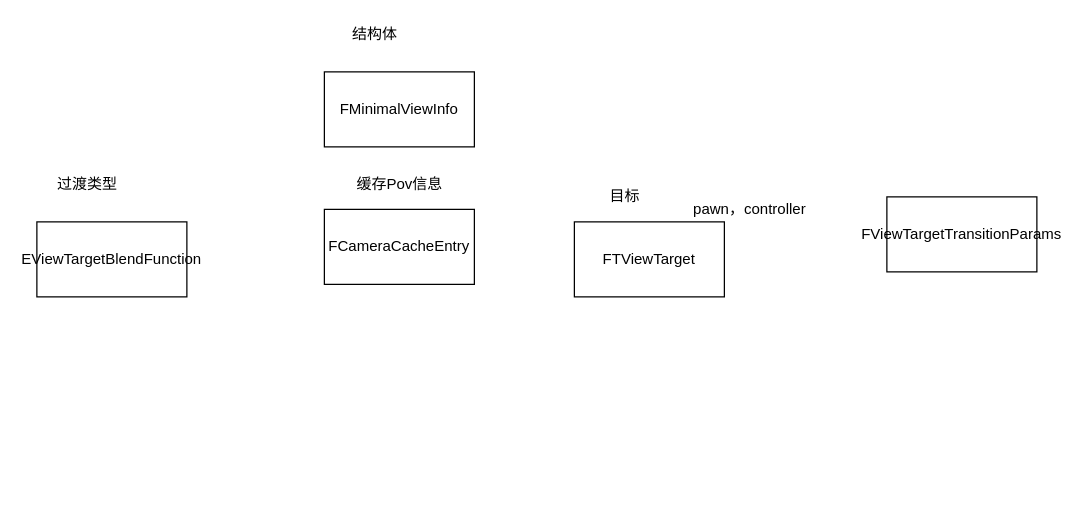
Above: page "摄像机" (5 of 5) of ALS.drawio in 1995zmj/ZMJ (draw.io), before the change. Source tidied: cells renumbered, new cells numbered last; positions are measured from the earlier drawing's top-left corner, leaving out a move shared by most shapes. Both pictures are drawn from the tidied source at 125%, with x=0, y=0 at pixel (36, 21).
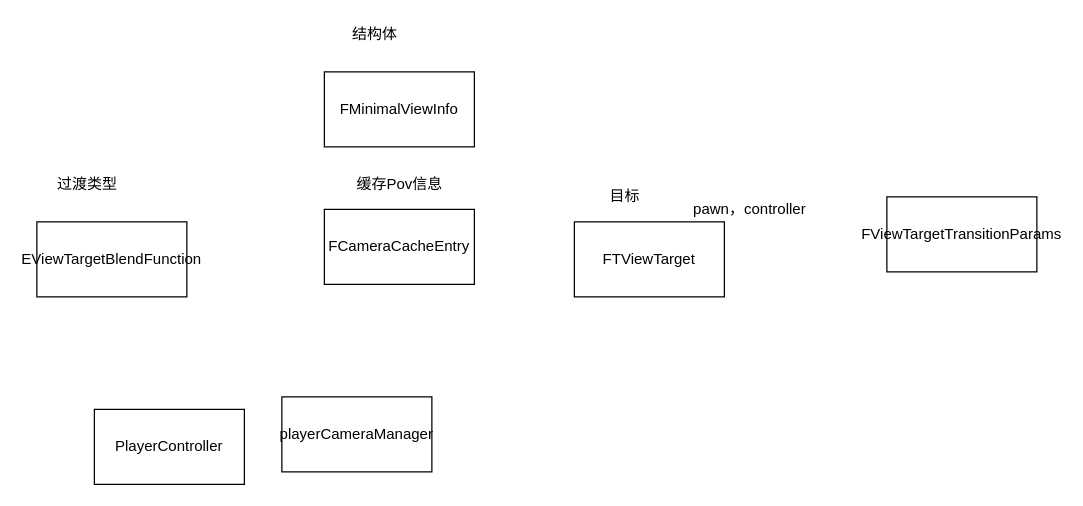
After the change.

Diff of the diagram source:
```diff
@@
 <mxGraphModel>
   <root>
     <mxCell id="0" />
     <mxCell id="1" parent="0" />
     <mxCell id="2" value="EViewTargetBlendFunction" style="whiteSpace=wrap;html=1;" parent="1" vertex="1">
       <mxGeometry y="160" width="120" height="60" as="geometry" />
     </mxCell>
     <mxCell id="3" value="过渡类型" style="text;html=1;align=center;verticalAlign=middle;strokeColor=none;fillColor=none;" parent="1" vertex="1">
       <mxGeometry x="10" y="120" width="60" height="20" as="geometry" />
     </mxCell>
     <mxCell id="4" value="FCameraCacheEntry" style="whiteSpace=wrap;html=1;" parent="1" vertex="1">
       <mxGeometry x="230" y="150" width="120" height="60" as="geometry" />
     </mxCell>
     <mxCell id="5" value="缓存Pov信息" style="text;html=1;align=center;verticalAlign=middle;strokeColor=none;fillColor=none;" parent="1" vertex="1">
       <mxGeometry x="250" y="120" width="80" height="20" as="geometry" />
     </mxCell>
     <mxCell id="6" value="FMinimalViewInfo" style="whiteSpace=wrap;html=1;" parent="1" vertex="1">
       <mxGeometry x="230" y="40" width="120" height="60" as="geometry" />
     </mxCell>
     <mxCell id="7" value="结构体" style="text;html=1;align=center;verticalAlign=middle;strokeColor=none;fillColor=none;" parent="1" vertex="1">
       <mxGeometry x="245" width="50" height="20" as="geometry" />
     </mxCell>
     <mxCell id="8" value="FTViewTarget" style="whiteSpace=wrap;html=1;" parent="1" vertex="1">
       <mxGeometry x="430" y="160" width="120" height="60" as="geometry" />
     </mxCell>
     <mxCell id="9" value="目标" style="text;html=1;align=center;verticalAlign=middle;strokeColor=none;fillColor=none;" parent="1" vertex="1">
       <mxGeometry x="450" y="130" width="40" height="20" as="geometry" />
     </mxCell>
     <mxCell id="10" value="pawn，controller" style="text;html=1;align=center;verticalAlign=middle;strokeColor=none;fillColor=none;" parent="1" vertex="1">
       <mxGeometry x="515" y="140" width="110" height="20" as="geometry" />
     </mxCell>
     <mxCell id="11" value="FViewTargetTransitionParams" style="whiteSpace=wrap;html=1;" parent="1" vertex="1">
       <mxGeometry x="680" y="140" width="120" height="60" as="geometry" />
     </mxCell>
+    <mxCell id="12" value="PlayerController" style="whiteSpace=wrap;html=1;" parent="1" vertex="1">
+      <mxGeometry x="46" y="310" width="120" height="60" as="geometry" />
+    </mxCell>
+    <mxCell id="13" value="playerCameraManager" style="whiteSpace=wrap;html=1;" parent="1" vertex="1">
+      <mxGeometry x="196" y="300" width="120" height="60" as="geometry" />
+    </mxCell>
   </root>
 </mxGraphModel>
```
